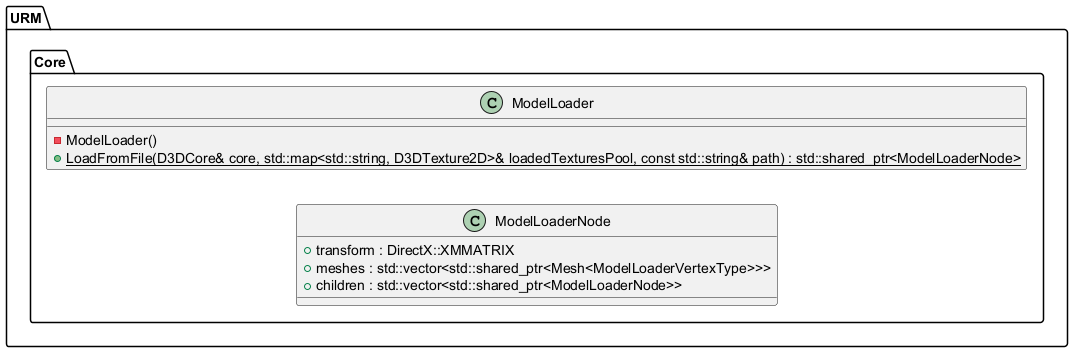
Above: Latex/images/UML/modelloader.png in MinikPLayer/MasterThesis_UniversalRenderingModule_D3D11 (PlantUML), before the change.
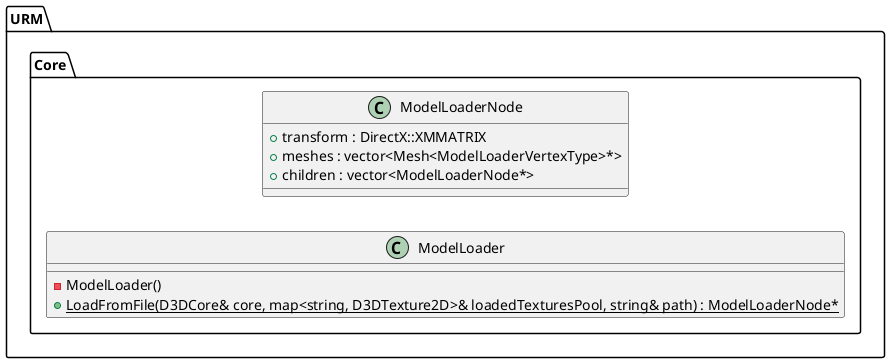
The same file after the commit.

Diff of the diagram source:
```diff
@@ -10,13 +10,13 @@
 	namespace Core {
 		class ModelLoader {
 			-ModelLoader()
-			+{static} LoadFromFile(D3DCore& core, std::map<std::string, D3DTexture2D>& loadedTexturesPool, const std::string& path) : std::shared_ptr<ModelLoaderNode>
+			+{static} LoadFromFile(D3DCore& core, map<string, D3DTexture2D>& loadedTexturesPool, string& path) : ModelLoaderNode*
 		}
 
 		class ModelLoaderNode {
 			+transform : DirectX::XMMATRIX
-			+meshes : std::vector<std::shared_ptr<Mesh<ModelLoaderVertexType>>>
-			+children : std::vector<std::shared_ptr<ModelLoaderNode>>
+			+meshes : vector<Mesh<ModelLoaderVertexType>*>
+			+children : vector<ModelLoaderNode*>
 		}
 	}
 }
```
